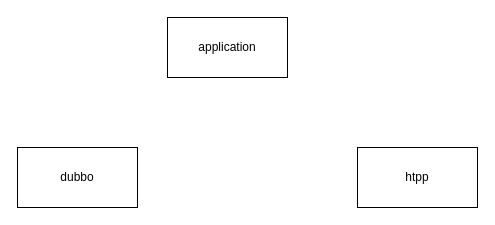
Earlier version of the draw.io diagram 传易二代脚手架.drawio (catface996/images). Source tidied: cells renumbered, new cells numbered last; positions are measured from the earlier drawing's top-left corner, leaving out a move shared by most shapes. Both pictures are drawn from the tidied source at 100%, with x=0, y=0 at pixel (17, 17).
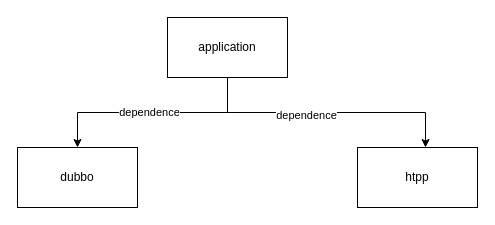
After the change.

Commit message (it also covers changes not shown here):
更新传易二代脚手架.drawio

What changed in the source:
```diff
@@
 <mxGraphModel>
   <root>
     <mxCell id="0" />
     <mxCell id="1" parent="0" />
+    <mxCell id="5" style="edgeStyle=orthogonalEdgeStyle;rounded=0;jettySize=auto;html=1;entryX=0.5;entryY=0;entryDx=0;entryDy=0;exitX=0.5;exitY=1;exitDx=0;exitDy=0;" parent="1" edge="1" source="2" target="3">
+      <mxGeometry relative="1" as="geometry" />
+    </mxCell>
+    <mxCell id="6" value="dependence" style="edgeLabel;html=1;align=center;verticalAlign=middle;" parent="5" vertex="1">
+      <mxGeometry x="0.25" y="1" relative="1" as="geometry">
+        <mxPoint x="24" y="-2" as="offset" />
+      </mxGeometry>
+    </mxCell>
+    <mxCell id="7" style="edgeStyle=orthogonalEdgeStyle;rounded=0;jettySize=auto;html=1;entryX=0.567;entryY=0;entryDx=0;entryDy=0;entryPerimeter=0;exitX=0.5;exitY=1;exitDx=0;exitDy=0;" parent="1" edge="1" source="2" target="4">
+      <mxGeometry relative="1" as="geometry" />
+    </mxCell>
+    <mxCell id="8" value="dependence" style="edgeLabel;html=1;align=center;verticalAlign=middle;" parent="7" vertex="1">
+      <mxGeometry x="-0.16" y="-2" relative="1" as="geometry" />
+    </mxCell>
     <mxCell id="2" value="application" style="rounded=0;whiteSpace=wrap;html=1;" parent="1" vertex="1">
       <mxGeometry x="150" width="120" height="60" as="geometry" />
     </mxCell>
     <mxCell id="3" value="dubbo" style="rounded=0;whiteSpace=wrap;html=1;" parent="1" vertex="1">
       <mxGeometry y="130" width="120" height="60" as="geometry" />
     </mxCell>
     <mxCell id="4" value="htpp" style="rounded=0;whiteSpace=wrap;html=1;" parent="1" vertex="1">
       <mxGeometry x="340" y="130" width="120" height="60" as="geometry" />
     </mxCell>
   </root>
 </mxGraphModel>
```
